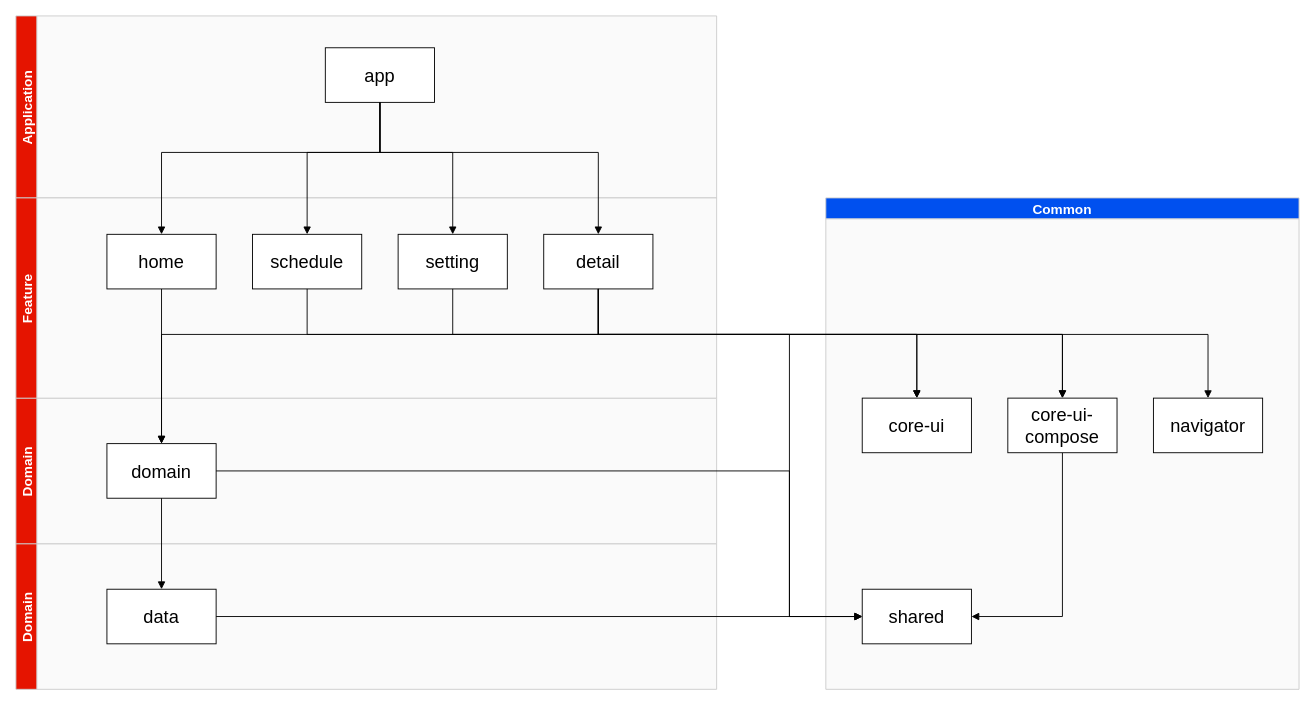
Above: page "Module" (1 of 2) of arts/architecture.drawio in droidknights/DroidKnights2021_App (draw.io), before the change. Source tidied: cells renumbered, new cells numbered last; positions are measured from the earlier drawing's top-left corner, leaving out a move shared by most shapes. Both pictures are drawn from the tidied source at 91%, with x=0, y=0 at pixel (15, 15).
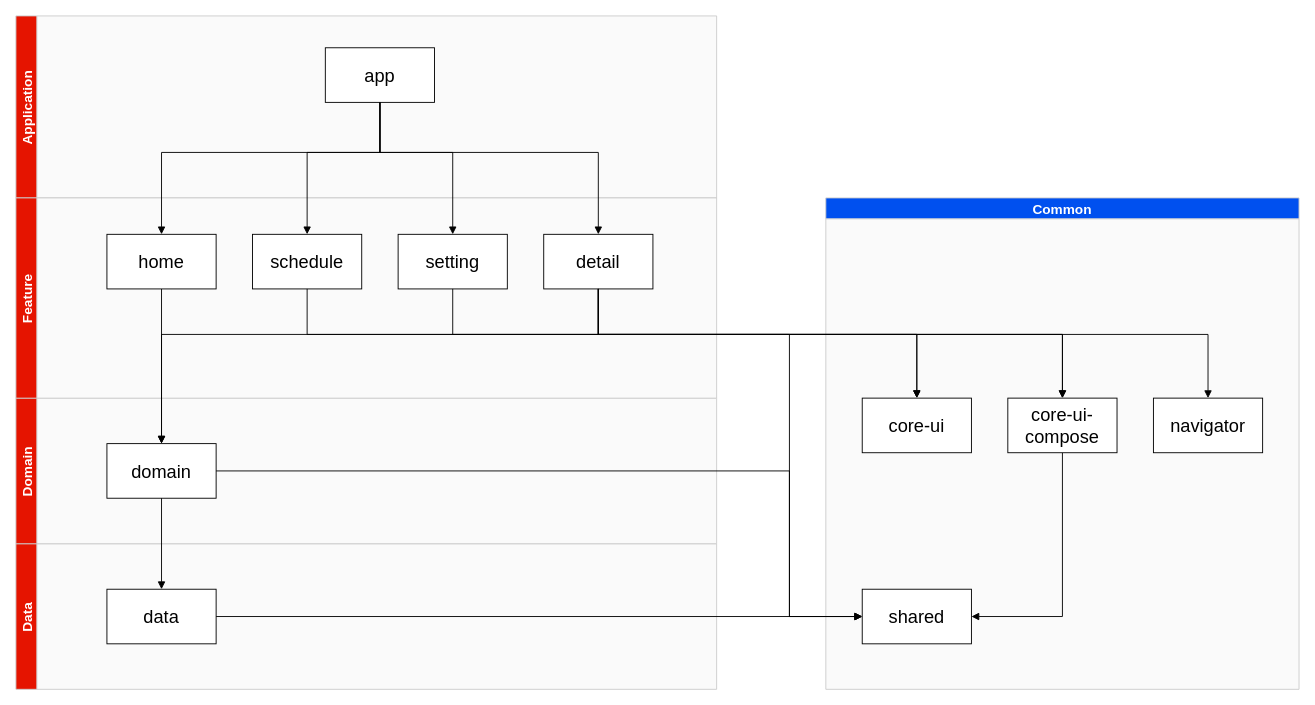
After the change.

What changed in the source:
```diff
@@
-    <mxCell id="4" value="Domain" style="swimlane;horizontal=0;rounded=0;shadow=0;glass=0;labelBackgroundColor=none;sketch=0;fontSize=15;fontColor=#ffffff;fillColor=#e51400;swimlaneFillColor=#FAFAFA;strokeColor=#CCCCCC;" parent="1" vertex="1">
+    <mxCell id="4" value="Data" style="swimlane;horizontal=0;rounded=0;shadow=0;glass=0;labelBackgroundColor=none;sketch=0;fontSize=15;fontColor=#ffffff;fillColor=#e51400;swimlaneFillColor=#FAFAFA;strokeColor=#CCCCCC;" parent="1" vertex="1">
       <mxGeometry y="580" width="770" height="160" as="geometry" />
     </mxCell>
```
